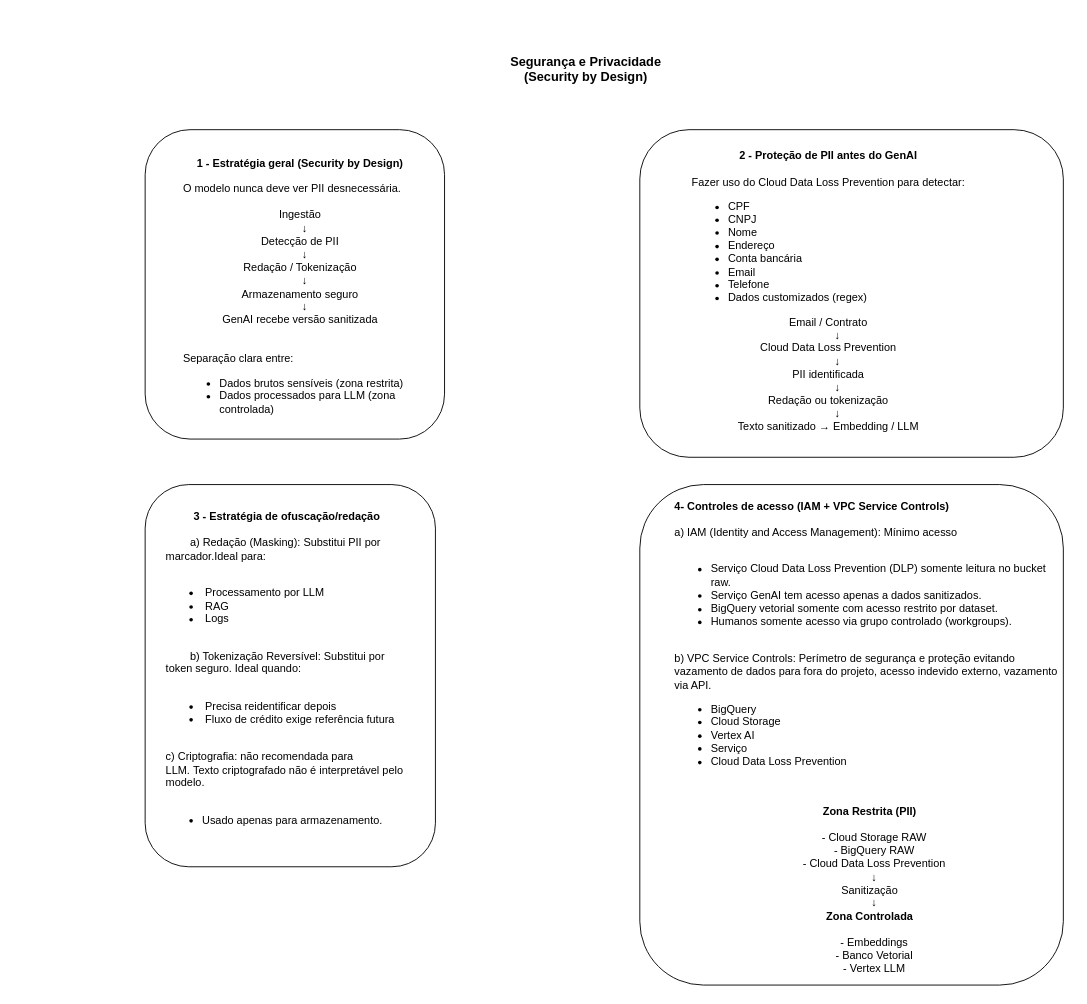
Before: Diagramas/Avaliacao_Parte_II_Seguranca_Privacidade_FabianoMarquesFonseca.drawio in fabianoml/Verity, a draw.io diagram. Source tidied: cells renumbered, new cells numbered last; positions are measured from the earlier drawing's top-left corner, leaving out a move shared by most shapes. Both pictures are drawn from the tidied source at 91%, with x=0, y=0 at pixel (145, 62).
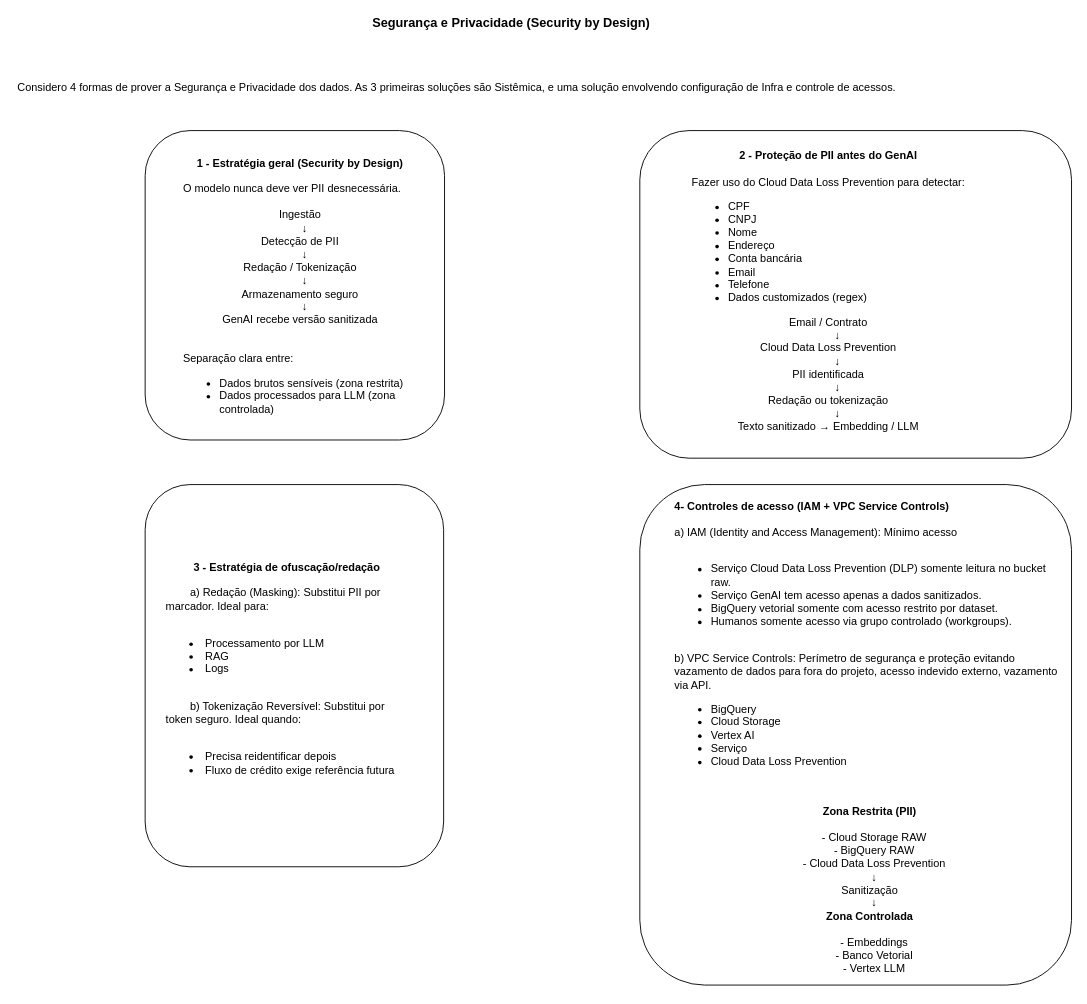
The same page after the edit.

Change to the diagram source:
```diff
@@
 <mxGraphModel>
   <root>
     <mxCell id="0" />
     <mxCell id="1" parent="0" />
     <mxCell id="2" style="rounded=1;whiteSpace=wrap;html=1;" parent="1" vertex="1">
-      <mxGeometry x="543.6" y="464" width="465.4" height="550" as="geometry" />
+      <mxGeometry x="543.6" y="464" width="474.4" height="550" as="geometry" />
     </mxCell>
     <mxCell id="3" style="rounded=1;whiteSpace=wrap;html=1;" parent="1" vertex="1">
-      <mxGeometry y="464" width="319" height="420" as="geometry" />
+      <mxGeometry y="464" width="328" height="420" as="geometry" />
     </mxCell>
     <mxCell id="4" style="rounded=1;whiteSpace=wrap;html=1;" parent="1" vertex="1">
-      <mxGeometry x="543.6" y="74" width="465.4" height="360" as="geometry" />
+      <mxGeometry x="543.6" y="75" width="474.4" height="360" as="geometry" />
     </mxCell>
     <mxCell id="5" style="rounded=1;whiteSpace=wrap;html=1;" parent="1" vertex="1">
-      <mxGeometry y="74" width="329" height="340" as="geometry" />
+      <mxGeometry y="75" width="329" height="340" as="geometry" />
     </mxCell>
-    <mxCell id="6" value="&lt;b&gt;&lt;font style=&quot;font-size: 14px;&quot;&gt;Segurança e Privacidade (Security by Design)  &lt;/font&gt;&lt;/b&gt;&lt;div&gt;&lt;br&gt;&lt;/div&gt;" style="text;html=1;whiteSpace=wrap;strokeColor=none;fillColor=none;align=center;verticalAlign=middle;rounded=0;" parent="1" vertex="1">
-      <mxGeometry x="387.7" width="192.9" height="30" as="geometry" />
+    <mxCell id="6" value="&lt;font style=&quot;font-size: 14px;&quot;&gt;&lt;b&gt;Segurança e Privacidade (Security by Design)  &lt;/b&gt;&lt;/font&gt;&lt;div&gt;&lt;br&gt;&lt;/div&gt;" style="text;html=1;whiteSpace=wrap;strokeColor=none;fillColor=none;align=center;verticalAlign=middle;rounded=0;" parent="1" vertex="1">
+      <mxGeometry x="216.7" y="-51" width="371.3" height="30" as="geometry" />
     </mxCell>
     <mxCell id="7" value="&lt;div style=&quot;text-align: center;&quot;&gt;&lt;b&gt;1 - Estratégia geral (Security by Design)&lt;/b&gt;&lt;/div&gt;&lt;div style=&quot;&quot;&gt;&lt;br&gt;O modelo nunca deve ver PII desnecessária.&lt;/div&gt;&lt;div&gt;&lt;br&gt;&lt;/div&gt;&lt;div style=&quot;text-align: center;&quot;&gt;Ingestão&lt;/div&gt;&lt;div style=&quot;text-align: center;&quot;&gt;&amp;nbsp; &amp;nbsp;↓&lt;/div&gt;&lt;div style=&quot;text-align: center;&quot;&gt;Detecção de PII&lt;/div&gt;&lt;div style=&quot;text-align: center;&quot;&gt;&amp;nbsp; &amp;nbsp;↓&lt;/div&gt;&lt;div style=&quot;text-align: center;&quot;&gt;Redação / Tokenização&lt;/div&gt;&lt;div style=&quot;text-align: center;&quot;&gt;&amp;nbsp; &amp;nbsp;↓&lt;/div&gt;&lt;div style=&quot;text-align: center;&quot;&gt;Armazenamento seguro&lt;/div&gt;&lt;div style=&quot;text-align: center;&quot;&gt;&amp;nbsp; &amp;nbsp;↓&lt;/div&gt;&lt;div style=&quot;text-align: center;&quot;&gt;GenAI recebe versão sanitizada&lt;/div&gt;&lt;div style=&quot;text-align: center;&quot;&gt;&lt;br&gt;&lt;/div&gt;&lt;div&gt;&lt;br&gt;Separação clara entre:&lt;/div&gt;&lt;div&gt;&lt;ul&gt;&lt;li&gt;Dados brutos sensíveis (zona restrita)&lt;/li&gt;&lt;li&gt;&lt;span style=&quot;background-color: transparent; color: light-dark(rgb(0, 0, 0), rgb(255, 255, 255));&quot;&gt;Dados processados para LLM (zona controlada)&lt;/span&gt;&lt;/li&gt;&lt;/ul&gt;&lt;/div&gt;&lt;div&gt;&lt;br&gt;&lt;/div&gt;" style="text;html=1;whiteSpace=wrap;strokeColor=none;fillColor=none;align=left;verticalAlign=middle;rounded=0;" parent="1" vertex="1">
       <mxGeometry x="40" y="244" width="259" height="30" as="geometry" />
     </mxCell>
     <mxCell id="8" value="&lt;span style=&quot;background-color: transparent;&quot;&gt;&lt;b style=&quot;color: light-dark(rgb(0, 0, 0), rgb(255, 255, 255));&quot;&gt;2 - Proteção de PII antes do GenAI&lt;/b&gt;&lt;br&gt;&lt;div style=&quot;text-align: left;&quot;&gt;&lt;br&gt;&lt;/div&gt;&lt;div style=&quot;text-align: left;&quot;&gt;Fazer uso do Cloud Data Loss Prevention para detectar:&lt;/div&gt;&lt;div style=&quot;text-align: left;&quot;&gt;&lt;ul&gt;&lt;li&gt;CPF&lt;/li&gt;&lt;li&gt;CNPJ&lt;/li&gt;&lt;li&gt;Nome&lt;/li&gt;&lt;li&gt;Endereço&lt;/li&gt;&lt;li&gt;Conta bancária&lt;/li&gt;&lt;li&gt;Email&lt;/li&gt;&lt;li&gt;Telefone&lt;/li&gt;&lt;li&gt;Dados customizados (regex)&lt;/li&gt;&lt;/ul&gt;&lt;/div&gt;&lt;div style=&quot;&quot;&gt;&lt;div style=&quot;&quot;&gt;Email / Contrato&lt;/div&gt;&lt;div style=&quot;&quot;&gt;&amp;nbsp; &amp;nbsp; &amp;nbsp; ↓&lt;/div&gt;&lt;div style=&quot;&quot;&gt;Cloud Data Loss Prevention&lt;/div&gt;&lt;div style=&quot;&quot;&gt;&amp;nbsp; &amp;nbsp; &amp;nbsp; ↓&lt;/div&gt;&lt;div style=&quot;&quot;&gt;PII identificada&lt;/div&gt;&lt;div style=&quot;&quot;&gt;&amp;nbsp; &amp;nbsp; &amp;nbsp; ↓&lt;/div&gt;&lt;div style=&quot;&quot;&gt;Redação ou tokenização&lt;/div&gt;&lt;div style=&quot;&quot;&gt;&amp;nbsp; &amp;nbsp; &amp;nbsp; ↓&lt;/div&gt;&lt;div style=&quot;&quot;&gt;Texto sanitizado → Embedding / LLM&lt;/div&gt;&lt;div style=&quot;font-weight: bold;&quot;&gt;&lt;br&gt;&lt;/div&gt;&lt;/div&gt;&lt;/span&gt;" style="text;html=1;whiteSpace=wrap;strokeColor=none;fillColor=none;align=center;verticalAlign=middle;rounded=0;" parent="1" vertex="1">
       <mxGeometry x="592.6" y="244" width="316.4" height="30" as="geometry" />
     </mxCell>
-    <mxCell id="9" value="&lt;div style=&quot;text-align: center;&quot;&gt;&lt;b&gt;3 - Estratégia de ofuscação/redação&lt;/b&gt;&lt;/div&gt;&lt;div style=&quot;&quot;&gt;&lt;div&gt;&lt;br&gt;&lt;span style=&quot;white-space: pre;&quot;&gt;&#9;&lt;/span&gt;a) Redação (Masking): Substitui PII por marcador.Ideal para:&lt;/div&gt;&lt;div&gt;&lt;br&gt;&lt;/div&gt;&lt;div&gt;&lt;ul&gt;&lt;li&gt;&amp;nbsp;Processamento por LLM&lt;/li&gt;&lt;li&gt;&amp;nbsp;RAG&lt;/li&gt;&lt;li&gt;&amp;nbsp;Logs&lt;/li&gt;&lt;/ul&gt;&lt;/div&gt;&lt;div&gt;&lt;br&gt;&lt;/div&gt;&lt;div&gt;&lt;span style=&quot;white-space: pre;&quot;&gt;&#9;&lt;/span&gt;b) Tokenização Reversível: Substitui por token seguro.&amp;nbsp;&lt;span style=&quot;background-color: transparent; color: light-dark(rgb(0, 0, 0), rgb(255, 255, 255));&quot;&gt;Ideal quando:&lt;/span&gt;&lt;/div&gt;&lt;div&gt;&lt;br&gt;&lt;/div&gt;&lt;div&gt;&lt;ul&gt;&lt;li&gt;&amp;nbsp;Precisa reidentificar depois&lt;/li&gt;&lt;li&gt;&amp;nbsp;Fluxo de crédito exige referência futura&lt;/li&gt;&lt;/ul&gt;&lt;/div&gt;&lt;div&gt;&lt;br&gt;&lt;/div&gt;&lt;div&gt;c) Criptografia: não recomendada para LLM.&amp;nbsp;&lt;span style=&quot;background-color: transparent; color: light-dark(rgb(0, 0, 0), rgb(255, 255, 255));&quot;&gt;Texto criptografado não é interpretável pelo modelo.&lt;/span&gt;&lt;/div&gt;&lt;div&gt;&lt;br&gt;&lt;/div&gt;&lt;div&gt;&lt;ul&gt;&lt;li&gt;Usado apenas para armazenamento.&lt;/li&gt;&lt;/ul&gt;&lt;/div&gt;&lt;div&gt;&lt;br&gt;&lt;/div&gt;&lt;/div&gt;" style="text;html=1;whiteSpace=wrap;strokeColor=none;fillColor=none;align=left;verticalAlign=middle;rounded=0;" parent="1" vertex="1">
+    <mxCell id="9" value="&lt;div style=&quot;text-align: center;&quot;&gt;&lt;b&gt;3 - Estratégia de ofuscação/redação&lt;/b&gt;&lt;/div&gt;&lt;div style=&quot;&quot;&gt;&lt;div&gt;&lt;br&gt;&lt;span style=&quot;white-space: pre;&quot;&gt;&#9;&lt;/span&gt;a) Redação (Masking): Substitui PII por marcador. Ideal para:&lt;/div&gt;&lt;div&gt;&lt;br&gt;&lt;/div&gt;&lt;div&gt;&lt;ul&gt;&lt;li&gt;&amp;nbsp;Processamento por LLM&lt;/li&gt;&lt;li&gt;&amp;nbsp;RAG&lt;/li&gt;&lt;li&gt;&amp;nbsp;Logs&lt;/li&gt;&lt;/ul&gt;&lt;/div&gt;&lt;div&gt;&lt;br&gt;&lt;/div&gt;&lt;div&gt;&lt;span style=&quot;white-space: pre;&quot;&gt;&#9;&lt;/span&gt;b) Tokenização Reversível: Substitui por token seguro.&amp;nbsp;&lt;span style=&quot;background-color: transparent; color: light-dark(rgb(0, 0, 0), rgb(255, 255, 255));&quot;&gt;Ideal quando:&lt;/span&gt;&lt;/div&gt;&lt;div&gt;&lt;br&gt;&lt;/div&gt;&lt;div&gt;&lt;ul&gt;&lt;li&gt;&amp;nbsp;Precisa reidentificar depois&lt;/li&gt;&lt;li&gt;&amp;nbsp;Fluxo de crédito exige referência futura&lt;/li&gt;&lt;/ul&gt;&lt;/div&gt;&lt;div&gt;&lt;br&gt;&lt;/div&gt;&lt;/div&gt;" style="text;html=1;whiteSpace=wrap;strokeColor=none;fillColor=none;align=left;verticalAlign=middle;rounded=0;" parent="1" vertex="1">
       <mxGeometry x="21" y="664" width="268" height="30" as="geometry" />
     </mxCell>
     <mxCell id="10" value="&lt;span style=&quot;background-color: transparent;&quot;&gt;&lt;div style=&quot;&quot;&gt;&lt;div style=&quot;text-align: left;&quot;&gt;&lt;b&gt;4- Controles de acesso (IAM + VPC Service Controls)&lt;br&gt;&lt;/b&gt;&lt;span style=&quot;background-color: transparent;&quot;&gt;&lt;br&gt;a) IAM (Identity and Access Management): Mínimo acesso&lt;/span&gt;&lt;/div&gt;&lt;div style=&quot;text-align: left;&quot;&gt;&lt;br&gt;&lt;/div&gt;&lt;div style=&quot;text-align: left;&quot;&gt;&lt;ul&gt;&lt;li&gt;Serviço Cloud Data Loss Prevention (DLP) somente leitura no bucket raw.&lt;/li&gt;&lt;li&gt;Serviço GenAI tem acesso apenas a dados sanitizados.&lt;/li&gt;&lt;li&gt;BigQuery vetorial somente com acesso restrito por dataset.&lt;/li&gt;&lt;li&gt;Humanos somente acesso via grupo controlado (workgroups).&lt;/li&gt;&lt;/ul&gt;&lt;/div&gt;&lt;div style=&quot;text-align: left;&quot;&gt;&lt;br&gt;&lt;/div&gt;&lt;div style=&quot;text-align: left;&quot;&gt;b) VPC Service Controls: P&lt;span style=&quot;background-color: transparent; color: light-dark(rgb(0, 0, 0), rgb(255, 255, 255));&quot;&gt;erímetro de segurança e proteção&amp;nbsp;&lt;/span&gt;&lt;span style=&quot;background-color: transparent; color: light-dark(rgb(0, 0, 0), rgb(255, 255, 255));&quot;&gt;evitando vazamento de dados para fora do projeto, acesso indevido externo, vazamento via API.&lt;/span&gt;&lt;/div&gt;&lt;div style=&quot;text-align: left;&quot;&gt;&lt;ul&gt;&lt;li&gt;BigQuery&lt;/li&gt;&lt;li&gt;Cloud Storage&lt;/li&gt;&lt;li&gt;Vertex AI&lt;/li&gt;&lt;li&gt;Serviço&amp;nbsp;&lt;/li&gt;&lt;li&gt;Cloud Data Loss Prevention&lt;/li&gt;&lt;/ul&gt;&lt;/div&gt;&lt;div style=&quot;&quot;&gt;&lt;br&gt;&lt;/div&gt;&lt;div style=&quot;&quot;&gt;&lt;br&gt;&lt;/div&gt;&lt;div style=&quot;&quot;&gt;&lt;b&gt;Zona Restrita (PII)&lt;br&gt;&lt;br&gt;&lt;/b&gt;&lt;/div&gt;&lt;div style=&quot;&quot;&gt;&amp;nbsp; &amp;nbsp;- Cloud Storage RAW&lt;/div&gt;&lt;div style=&quot;&quot;&gt;&amp;nbsp; &amp;nbsp;- BigQuery RAW&lt;/div&gt;&lt;div style=&quot;&quot;&gt;&amp;nbsp; &amp;nbsp;- Cloud Data Loss Prevention&lt;/div&gt;&lt;div style=&quot;&quot;&gt;&amp;nbsp; &amp;nbsp;↓&lt;/div&gt;&lt;div style=&quot;&quot;&gt;Sanitização&lt;/div&gt;&lt;div style=&quot;&quot;&gt;&amp;nbsp; &amp;nbsp;↓&lt;/div&gt;&lt;div style=&quot;&quot;&gt;&lt;b&gt;Zona Controlada&lt;br&gt;&lt;br&gt;&lt;/b&gt;&lt;/div&gt;&lt;div style=&quot;&quot;&gt;&amp;nbsp; &amp;nbsp;- Embeddings&lt;/div&gt;&lt;div style=&quot;&quot;&gt;&amp;nbsp; &amp;nbsp;- Banco Vetorial&lt;/div&gt;&lt;div style=&quot;&quot;&gt;&amp;nbsp; &amp;nbsp;- Vertex LLM&lt;/div&gt;&lt;div style=&quot;&quot;&gt;&lt;br&gt;&lt;/div&gt;&lt;/div&gt;&lt;/span&gt;" style="text;html=1;whiteSpace=wrap;strokeColor=none;fillColor=none;align=center;verticalAlign=middle;rounded=0;" parent="1" vertex="1">
       <mxGeometry x="580.6" y="734" width="430.5" height="30" as="geometry" />
     </mxCell>
+    <mxCell id="11" value="Considero 4 formas de prover a Segurança e Privacidade dos dados. As 3 primeiras soluções são Sistêmica, e uma solução envolvendo configuração de Infra e controle de acessos." style="text;html=1;whiteSpace=wrap;strokeColor=none;fillColor=none;align=left;verticalAlign=middle;rounded=0;" parent="1" vertex="1">
+      <mxGeometry x="-142" y="13" width="1100" height="30" as="geometry" />
+    </mxCell>
   </root>
 </mxGraphModel>
```
